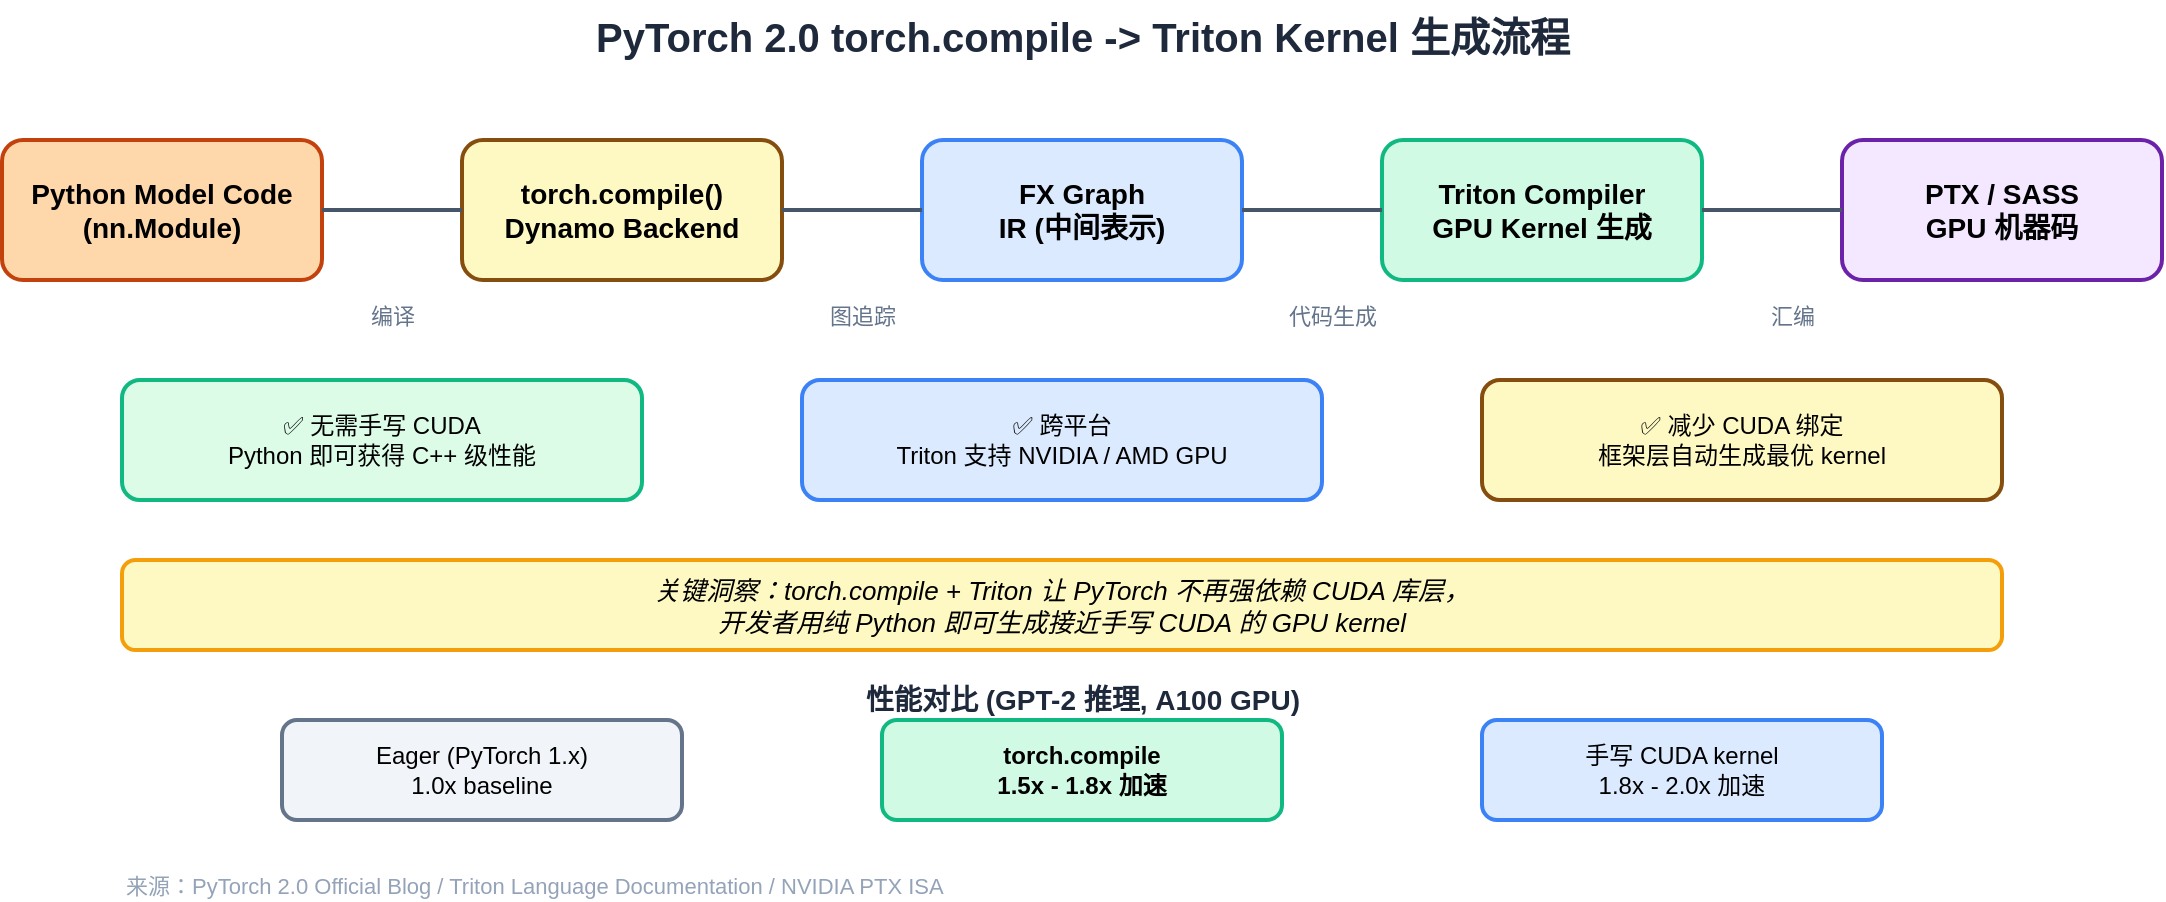
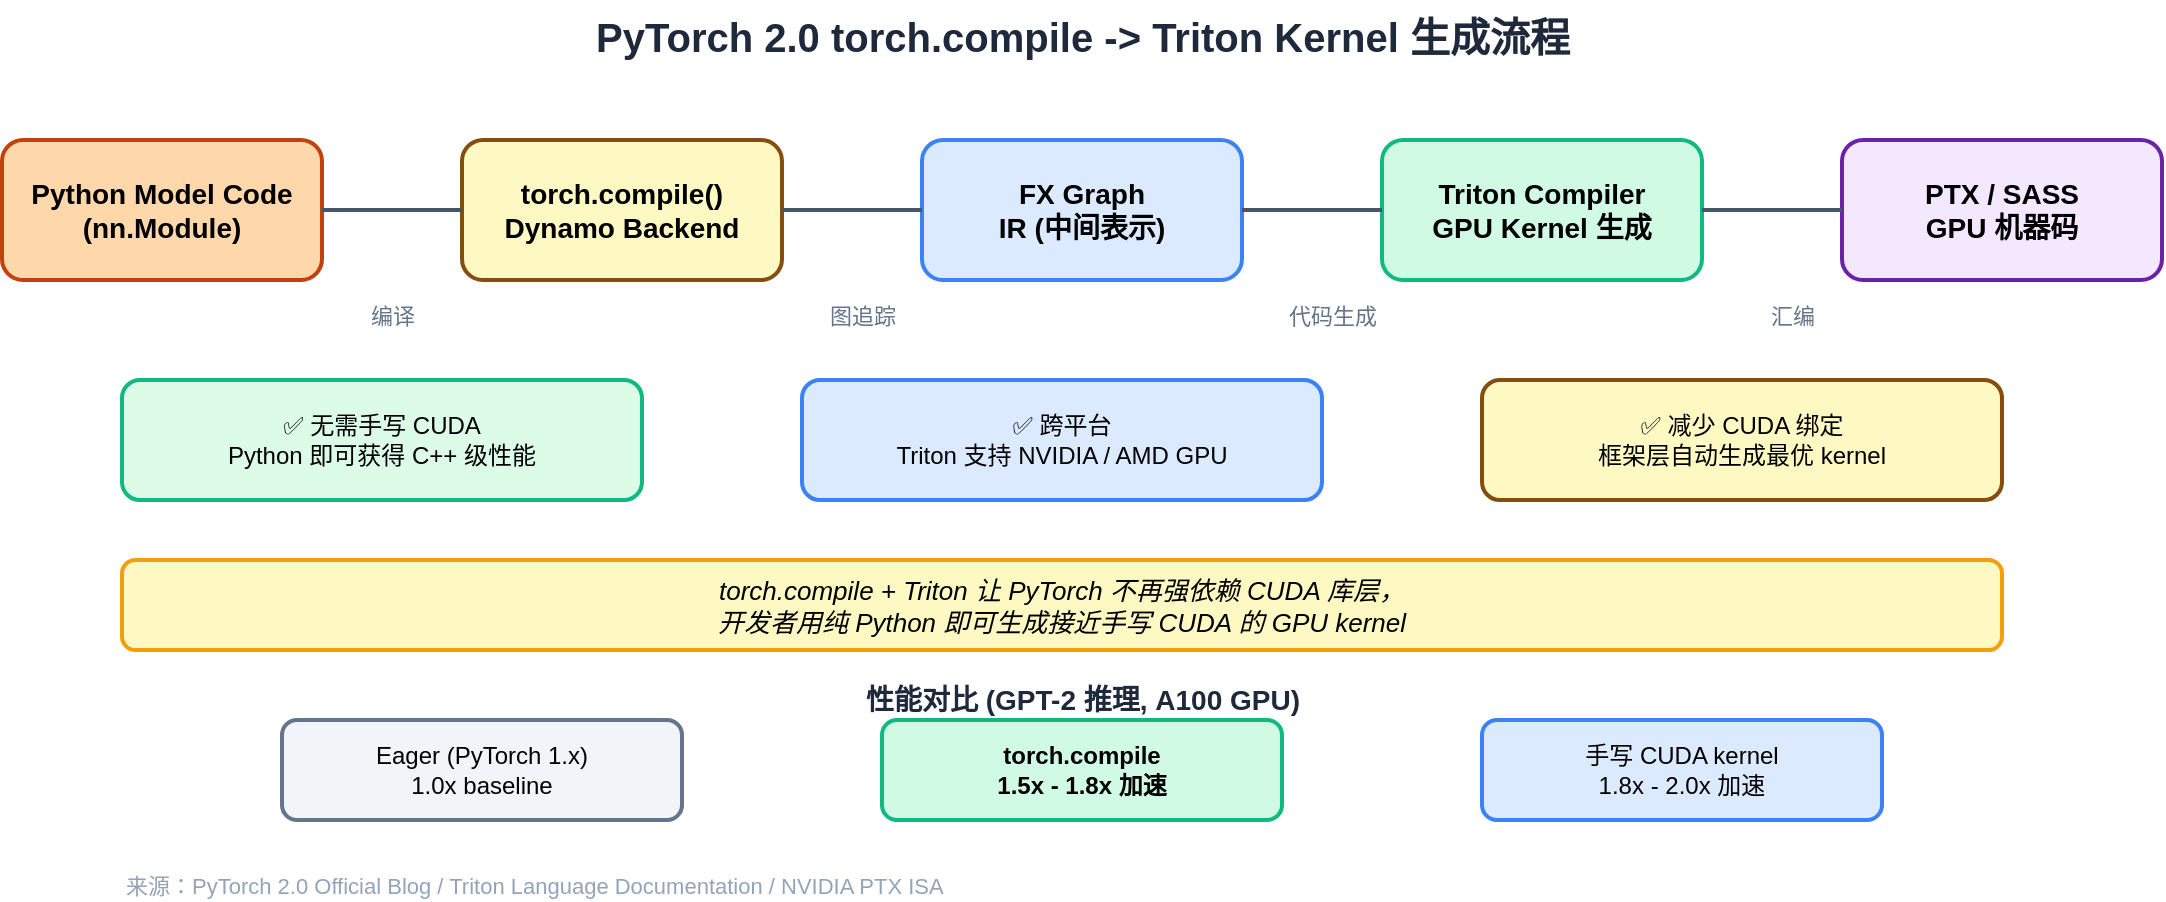
<?xml version="1.0" encoding="UTF-8"?>
<mxfile host="app.diagrams.net" agent="drawio-skill" version="21.0.0" type="device">
  <diagram name="TorchCompile" id="diag-tc-1">
    <mxGraphModel dx="1422" dy="762" grid="1" gridSize="10" guides="1" tooltips="1" connect="1" arrows="1" fold="1" page="1" pageScale="1" pageWidth="1200" pageHeight="500" math="0" shadow="0">
      <root>
        <mxCell id="0" />
        <mxCell id="1" parent="0" />

        <mxCell id="title" value="PyTorch 2.0 torch.compile -> Triton Kernel 生成流程" style="text;html=1;align=center;fontSize=20;fontStyle=1;fontColor=#1e293b;" vertex="1" parent="1">
          <mxGeometry x="200" y="10" width="800" height="30" as="geometry" />
        </mxCell>

        <!-- Step 1: Python Model -->
        <mxCell id="s1" value="Python Model Code&#xa;(nn.Module)" style="rounded=1;whiteSpace=wrap;html=1;fillColor=#fed7aa;strokeColor=#c2410c;strokeWidth=2;fontSize=14;fontStyle=1;align=center;" vertex="1" parent="1">
          <mxGeometry x="60" y="80" width="160" height="70" as="geometry" />
        </mxCell>

        <!-- Step 2: torch.compile -->
        <mxCell id="s2" value="torch.compile()&#xa;Dynamo Backend" style="rounded=1;whiteSpace=wrap;html=1;fillColor=#fef9c3;strokeColor=#854d0e;strokeWidth=2;fontSize=14;fontStyle=1;align=center;" vertex="1" parent="1">
          <mxGeometry x="290" y="80" width="160" height="70" as="geometry" />
        </mxCell>

        <!-- Step 3: FX Graph -->
        <mxCell id="s3" value="FX Graph&#xa;IR (中间表示)" style="rounded=1;whiteSpace=wrap;html=1;fillColor=#dbeafe;strokeColor=#3b82f6;strokeWidth=2;fontSize=14;fontStyle=1;align=center;" vertex="1" parent="1">
          <mxGeometry x="520" y="80" width="160" height="70" as="geometry" />
        </mxCell>

        <!-- Step 4: Triton -->
        <mxCell id="s4" value="Triton Compiler&#xa;GPU Kernel 生成" style="rounded=1;whiteSpace=wrap;html=1;fillColor=#d1fae5;strokeColor=#10B981;strokeWidth=2;fontSize=14;fontStyle=1;align=center;" vertex="1" parent="1">
          <mxGeometry x="750" y="80" width="160" height="70" as="geometry" />
        </mxCell>

        <!-- Step 5: PTX -->
        <mxCell id="s5" value="PTX / SASS&#xa;GPU 机器码" style="rounded=1;whiteSpace=wrap;html=1;fillColor=#f3e8ff;strokeColor=#6b21a8;strokeWidth=2;fontSize=14;fontStyle=1;align=center;" vertex="1" parent="1">
          <mxGeometry x="980" y="80" width="160" height="70" as="geometry" />
        </mxCell>

        <!-- Arrows -->
        <mxCell id="a1" value="" style="endArrow=arrow;html=1;strokeColor=#475569;strokeWidth=2;exitX=1;exitY=0.5;exitDx=0;exitDy=0;entryX=0;entryY=0.5;entryDx=0;entryDy=0;" edge="1" parent="1" source="s1" target="s2">
          <mxGeometry relative="1" as="geometry" />
        </mxCell>
        <mxCell id="a2" value="" style="endArrow=arrow;html=1;strokeColor=#475569;strokeWidth=2;exitX=1;exitY=0.5;exitDx=0;exitDy=0;entryX=0;entryY=0.5;entryDx=0;entryDy=0;" edge="1" parent="1" source="s2" target="s3">
          <mxGeometry relative="1" as="geometry" />
        </mxCell>
        <mxCell id="a3" value="" style="endArrow=arrow;html=1;strokeColor=#475569;strokeWidth=2;exitX=1;exitY=0.5;exitDx=0;exitDy=0;entryX=0;entryY=0.5;entryDx=0;entryDy=0;" edge="1" parent="1" source="s3" target="s4">
          <mxGeometry relative="1" as="geometry" />
        </mxCell>
        <mxCell id="a4" value="" style="endArrow=arrow;html=1;strokeColor=#475569;strokeWidth=2;exitX=1;exitY=0.5;exitDx=0;exitDy=0;entryX=0;entryY=0.5;entryDx=0;entryDy=0;" edge="1" parent="1" source="s4" target="s5">
          <mxGeometry relative="1" as="geometry" />
        </mxCell>

        <!-- Labels on arrows -->
        <mxCell id="l1" value="编译" style="text;html=1;align=center;fontSize=11;fontColor=#64748b;" vertex="1" parent="1">
          <mxGeometry x="235" y="155" width="40" height="20" as="geometry" />
        </mxCell>
        <mxCell id="l2" value="图追踪" style="text;html=1;align=center;fontSize=11;fontColor=#64748b;" vertex="1" parent="1">
          <mxGeometry x="465" y="155" width="50" height="20" as="geometry" />
        </mxCell>
        <mxCell id="l3" value="代码生成" style="text;html=1;align=center;fontSize=11;fontColor=#64748b;" vertex="1" parent="1">
          <mxGeometry x="695" y="155" width="60" height="20" as="geometry" />
        </mxCell>
        <mxCell id="l4" value="汇编" style="text;html=1;align=center;fontSize=11;fontColor=#64748b;" vertex="1" parent="1">
          <mxGeometry x="935" y="155" width="40" height="20" as="geometry" />
        </mxCell>

        <!-- Benefit boxes -->
        <mxCell id="b1" value="✅ 无需手写 CUDA&#xa;Python 即可获得 C++ 级性能" style="rounded=1;whiteSpace=wrap;html=1;fillColor=#dcfce7;strokeColor=#10B981;strokeWidth=2;fontSize=12;align=center;" vertex="1" parent="1">
          <mxGeometry x="120" y="200" width="260" height="60" as="geometry" />
        </mxCell>
        <mxCell id="b2" value="✅ 跨平台&#xa;Triton 支持 NVIDIA / AMD GPU" style="rounded=1;whiteSpace=wrap;html=1;fillColor=#dbeafe;strokeColor=#3b82f6;strokeWidth=2;fontSize=12;align=center;" vertex="1" parent="1">
          <mxGeometry x="460" y="200" width="260" height="60" as="geometry" />
        </mxCell>
        <mxCell id="b3" value="✅ 减少 CUDA 绑定&#xa;框架层自动生成最优 kernel" style="rounded=1;whiteSpace=wrap;html=1;fillColor=#fef9c3;strokeColor=#854d0e;strokeWidth=2;fontSize=12;align=center;" vertex="1" parent="1">
          <mxGeometry x="800" y="200" width="260" height="60" as="geometry" />
        </mxCell>

        <!-- Insight -->
-         <mxCell id="insight" value="关键洞察：torch.compile + Triton 让 PyTorch 不再强依赖 CUDA 库层，&#xa;开发者用纯 Python 即可生成接近手写 CUDA 的 GPU kernel" style="rounded=1;whiteSpace=wrap;html=1;fillColor=#fef9c3;strokeColor=#f59e0b;strokeWidth=2;fontSize=13;fontStyle=2;align=center;" vertex="1" parent="1">
+         <mxCell id="insight" value="torch.compile + Triton 让 PyTorch 不再强依赖 CUDA 库层，&#xa;开发者用纯 Python 即可生成接近手写 CUDA 的 GPU kernel" style="rounded=1;whiteSpace=wrap;html=1;fillColor=#fef9c3;strokeColor=#f59e0b;strokeWidth=2;fontSize=13;fontStyle=2;align=center;" vertex="1" parent="1">
          <mxGeometry x="120" y="290" width="940" height="45" as="geometry" />
        </mxCell>

        <!-- Performance comparison -->
        <mxCell id="perf_title" value="性能对比 (GPT-2 推理, A100 GPU)" style="text;html=1;align=center;fontSize=14;fontStyle=1;fontColor=#1e293b;" vertex="1" parent="1">
          <mxGeometry x="400" y="345" width="400" height="20" as="geometry" />
        </mxCell>
        <mxCell id="perf1" value="Eager (PyTorch 1.x)&#xa;1.0x baseline" style="rounded=1;whiteSpace=wrap;html=1;fillColor=#f1f5f9;strokeColor=#64748b;strokeWidth=2;fontSize=12;align=center;" vertex="1" parent="1">
          <mxGeometry x="200" y="370" width="200" height="50" as="geometry" />
        </mxCell>
        <mxCell id="perf2" value="torch.compile&#xa;1.5x - 1.8x 加速" style="rounded=1;whiteSpace=wrap;html=1;fillColor=#d1fae5;strokeColor=#10B981;strokeWidth=2;fontSize=12;align=center;fontStyle=1;" vertex="1" parent="1">
          <mxGeometry x="500" y="370" width="200" height="50" as="geometry" />
        </mxCell>
        <mxCell id="perf3" value="手写 CUDA kernel&#xa;1.8x - 2.0x 加速" style="rounded=1;whiteSpace=wrap;html=1;fillColor=#dbeafe;strokeColor=#3b82f6;strokeWidth=2;fontSize=12;align=center;" vertex="1" parent="1">
          <mxGeometry x="800" y="370" width="200" height="50" as="geometry" />
        </mxCell>

        <!-- Source -->
        <mxCell id="source" value="来源：PyTorch 2.0 Official Blog / Triton Language Documentation / NVIDIA PTX ISA" style="text;html=1;align=left;fontSize=11;fontColor=#94a3b8;" vertex="1" parent="1">
          <mxGeometry x="120" y="440" width="700" height="20" as="geometry" />
        </mxCell>

      </root>
    </mxGraphModel>
  </diagram>
</mxfile>
